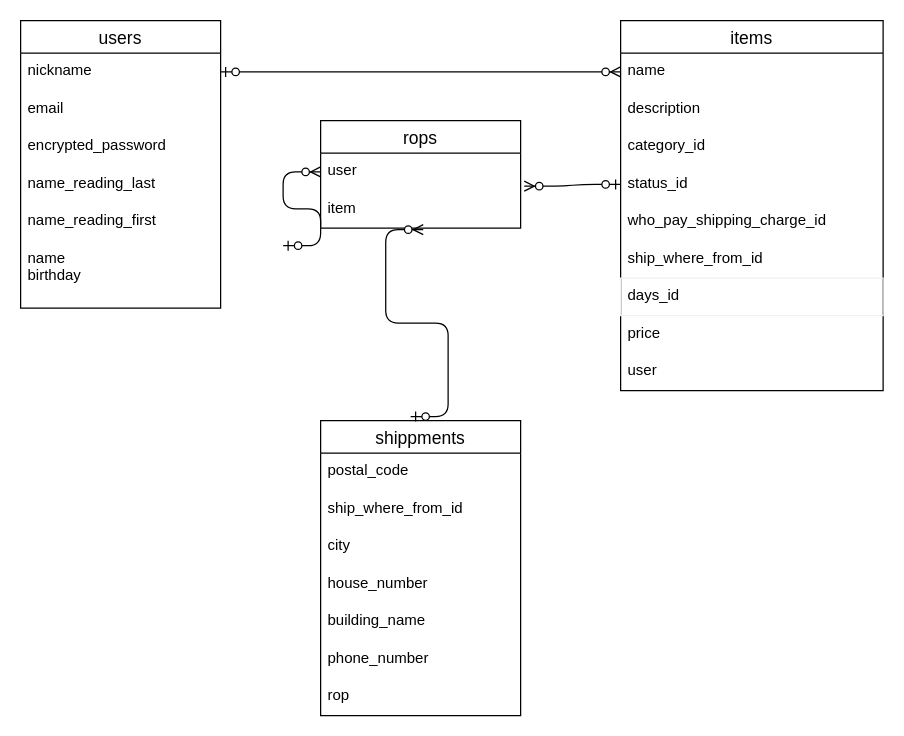
rureo/furima-34969 keeps this draw.io diagram as furima_er.dio. Above is the earlier version. Source tidied: cells renumbered, new cells numbered last; positions are measured from the earlier drawing's top-left corner, leaving out a move shared by most shapes. Both pictures are drawn from the tidied source at 125%, with x=0, y=0 at pixel (20, 20).
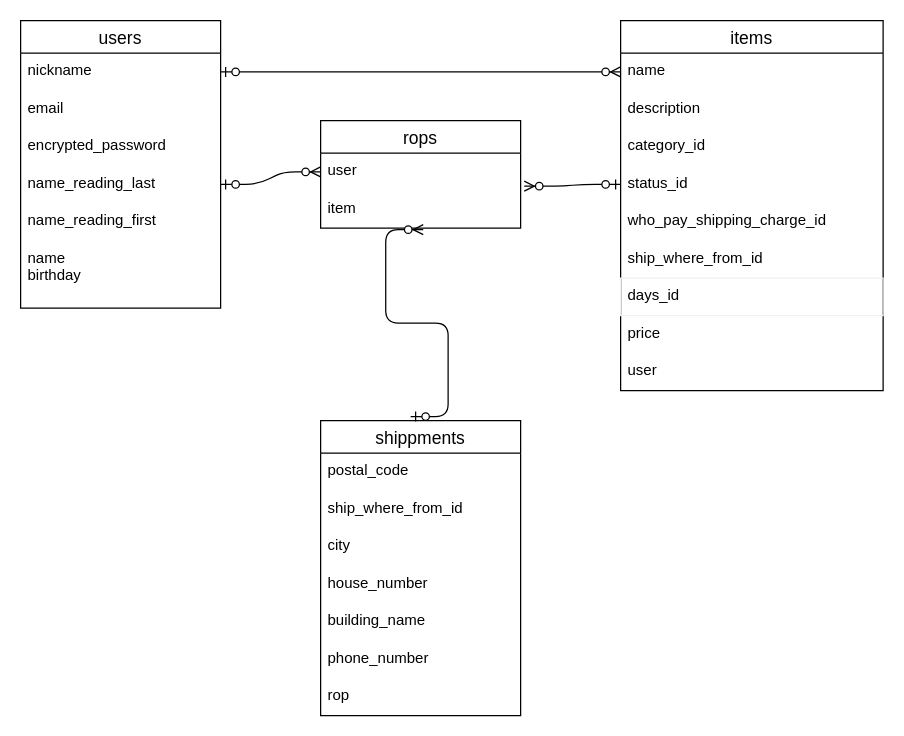
The same page after the edit.

Commit message (it also covers changes not shown here):
data bese　修正

The change refers to these unchanged cells:
```xml
<mxCell id="6" value="name_reading_last" style="text;strokeColor=none;fillColor=none;spacingLeft=4;spacingRight=4;overflow=hidden;points=[[0,0.5],[1,0.5]];portConstraint=eastwest;fontSize=12;" parent="2" vertex="1">
  <mxGeometry y="116" width="160" height="30" as="geometry" />
</mxCell>
<mxCell id="28" value="user" style="text;strokeColor=none;fillColor=none;spacingLeft=4;spacingRight=4;overflow=hidden;points=[[0,0.5],[1,0.5]];portConstraint=eastwest;fontSize=12;" parent="27" vertex="1">
  <mxGeometry y="26" width="160" height="30" as="geometry" />
</mxCell>
```

What changed in the source:
```diff
@@
-    <mxCell id="30" style="edgeStyle=entityRelationEdgeStyle;fontSize=12;html=1;endArrow=ERzeroToMany;startArrow=ERzeroToOne;entryX=0;entryY=0.5;entryDx=0;entryDy=0;" parent="1" edge="1" target="28">
-      <mxGeometry relative="1" as="geometry">
-        <mxPoint x="210" y="180" as="sourcePoint" />
-      </mxGeometry>
+    <mxCell id="30" style="edgeStyle=entityRelationEdgeStyle;fontSize=12;html=1;endArrow=ERzeroToMany;startArrow=ERzeroToOne;exitX=1;exitY=0.5;exitDx=0;exitDy=0;entryX=0;entryY=0.5;entryDx=0;entryDy=0;" parent="1" edge="1" source="6" target="28">
+      <mxGeometry relative="1" as="geometry" />
     </mxCell>
```
